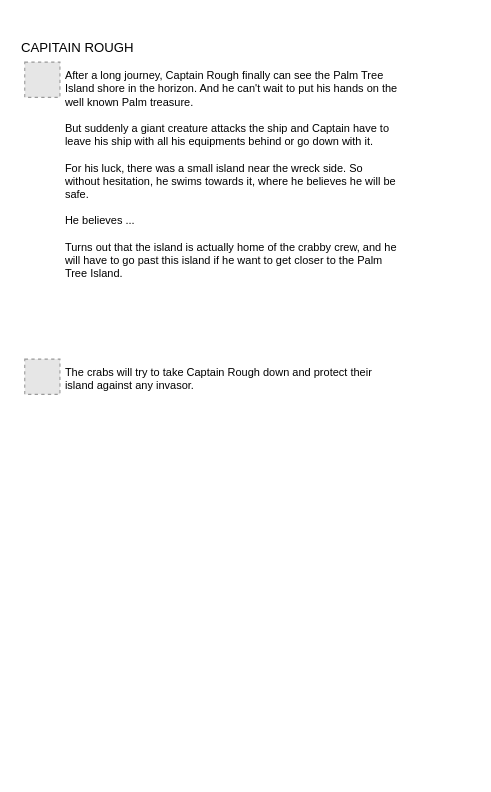
Before: page "Chapter 1" (1 of 2) of docs/brainstorming.drawio in hermscoder/pirate-forever, a draw.io diagram. Source tidied: cells renumbered, new cells numbered last; positions are measured from the earlier drawing's top-left corner, leaving out a move shared by most shapes. Both pictures are drawn from the tidied source at 110%, with x=0, y=0 at pixel (19, 19). Pictures stored in the file or linked from it are replaced by grey dashed boxes.
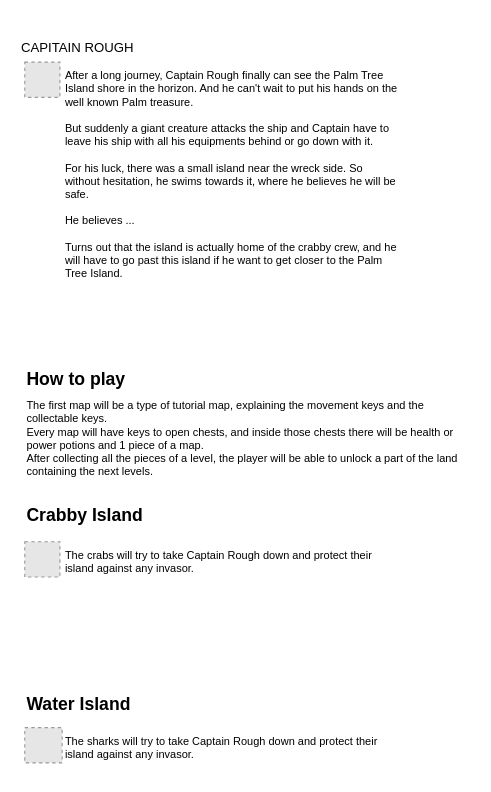
Above is the later version.

What changed in the source:
```diff
@@
 <mxGraphModel>
   <root>
     <mxCell id="0" />
     <mxCell id="1" parent="0" />
     <mxCell id="2" value="CAPITAIN ROUGH" style="text;html=1;strokeColor=none;fillColor=none;align=left;verticalAlign=middle;whiteSpace=wrap;rounded=0;" parent="1" vertex="1">
       <mxGeometry width="195" height="51" as="geometry" />
     </mxCell>
     <mxCell id="3" style="fillColor=#E6E6E6;strokeColor=#999999;dashed=1;verticalLabelPosition=bottom;labelBackgroundColor=#ffffff;verticalAlign=top;" parent="1" vertex="1">
       <mxGeometry x="5" y="39" width="32" height="32" as="geometry" />
     </mxCell>
     <mxCell id="4" value="After a long journey, Captain Rough finally can see the Palm Tree Island&amp;nbsp;shore in the horizon. And he can't wait to put his hands on the well known Palm treasure.&lt;br&gt;&lt;br&gt;But suddenly a giant creature attacks the ship and Captain have to leave his ship with all his equipments behind or&amp;nbsp;go down with it.&lt;br&gt;&lt;br&gt;For his luck, there was a small island near the wreck side. So without hesitation, he swims towards it, where he believes he will be safe.&lt;br&gt;&lt;br&gt;He believes ...&lt;br&gt;&lt;br&gt;Turns out that the island is actually home of the crabby crew, and he will have to go past this island if he want to get closer to the Palm Tree Island." style="text;html=1;strokeColor=none;fillColor=none;align=left;verticalAlign=top;whiteSpace=wrap;rounded=0;fontSize=10;" parent="1" vertex="1">
       <mxGeometry x="40" y="39" width="306" height="202" as="geometry" />
     </mxCell>
     <mxCell id="5" style="fillColor=#E6E6E6;strokeColor=#999999;dashed=1;verticalLabelPosition=bottom;labelBackgroundColor=#ffffff;verticalAlign=top;" parent="1" vertex="1">
-      <mxGeometry x="5" y="309" width="32" height="32" as="geometry" />
+      <mxGeometry x="5" y="475" width="32" height="32" as="geometry" />
     </mxCell>
     <mxCell id="6" value="The crabs will try to take Captain Rough down and protect their island against any invasor." style="text;html=1;strokeColor=none;fillColor=none;align=left;verticalAlign=top;whiteSpace=wrap;rounded=0;fontSize=10;" parent="1" vertex="1">
-      <mxGeometry x="40" y="309" width="306" height="95" as="geometry" />
+      <mxGeometry x="40" y="475" width="306" height="42" as="geometry" />
     </mxCell>
+    <mxCell id="7" value="The sharks will try to take Captain Rough down and protect their island against any invasor." style="text;html=1;strokeColor=none;fillColor=none;align=left;verticalAlign=top;whiteSpace=wrap;rounded=0;fontSize=10;" parent="1" vertex="1">
+      <mxGeometry x="40" y="644" width="306" height="42" as="geometry" />
+    </mxCell>
+    <mxCell id="8" style="fillColor=#E6E6E6;strokeColor=#999999;dashed=1;verticalLabelPosition=bottom;labelBackgroundColor=#ffffff;verticalAlign=top;" parent="1" vertex="1">
+      <mxGeometry x="5" y="644" width="34" height="32" as="geometry" />
+    </mxCell>
+    <mxCell id="9" value="&lt;b&gt;Crabby Island&lt;/b&gt;" style="text;html=1;strokeColor=none;fillColor=none;align=left;verticalAlign=middle;whiteSpace=wrap;rounded=0;fontSize=16;" parent="1" vertex="1">
+      <mxGeometry x="5" y="441" width="113" height="20" as="geometry" />
+    </mxCell>
+    <mxCell id="10" value="&lt;b&gt;Water Island&lt;/b&gt;" style="text;html=1;strokeColor=none;fillColor=none;align=left;verticalAlign=middle;whiteSpace=wrap;rounded=0;fontSize=16;" parent="1" vertex="1">
+      <mxGeometry x="5" y="612" width="113" height="20" as="geometry" />
+    </mxCell>
+    <mxCell id="11" value="The first map will be a type of tutorial map, explaining the movement keys and the collectable keys. &lt;br&gt;Every map will have keys to open chests, and inside those chests there will be health or power potions and 1 piece of a map. &lt;br&gt;After collecting all the pieces of a level, the player will be able to unlock a part of the land containing the next levels.&amp;nbsp;" style="text;html=1;strokeColor=none;fillColor=none;align=left;verticalAlign=top;whiteSpace=wrap;rounded=0;fontSize=10;" parent="1" vertex="1">
+      <mxGeometry x="5" y="339" width="407" height="88" as="geometry" />
+    </mxCell>
+    <mxCell id="12" value="&lt;b&gt;How to play&lt;/b&gt;" style="text;html=1;strokeColor=none;fillColor=none;align=left;verticalAlign=middle;whiteSpace=wrap;rounded=0;fontSize=16;" parent="1" vertex="1">
+      <mxGeometry x="5" y="317" width="113" height="20" as="geometry" />
+    </mxCell>
   </root>
 </mxGraphModel>
```
